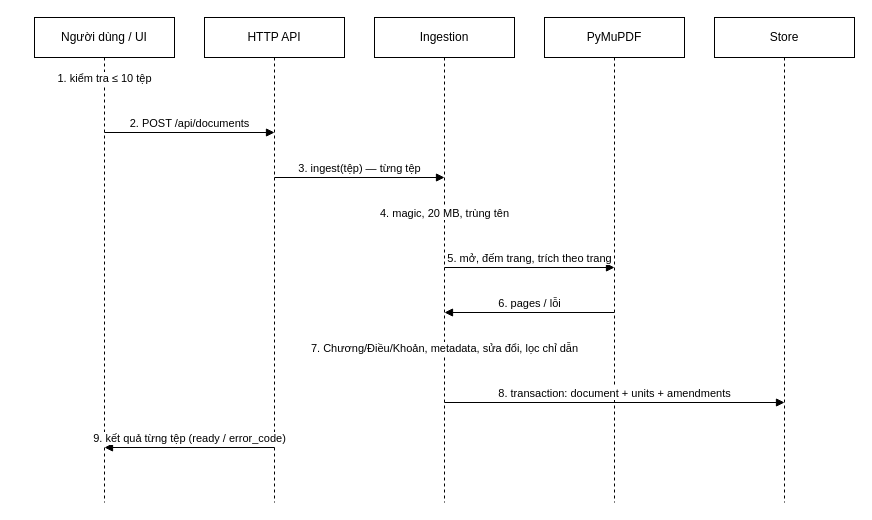
Above: docs/04-design/diagrams/sequence-ingest.drawio in duyhung1/tra_cuu_quy_che (draw.io), before the change. Source tidied: cells renumbered, new cells numbered last; positions are measured from the earlier drawing's top-left corner, leaving out a move shared by most shapes. Both pictures are drawn from the tidied source at 100%, with x=0, y=0 at pixel (34, 17).
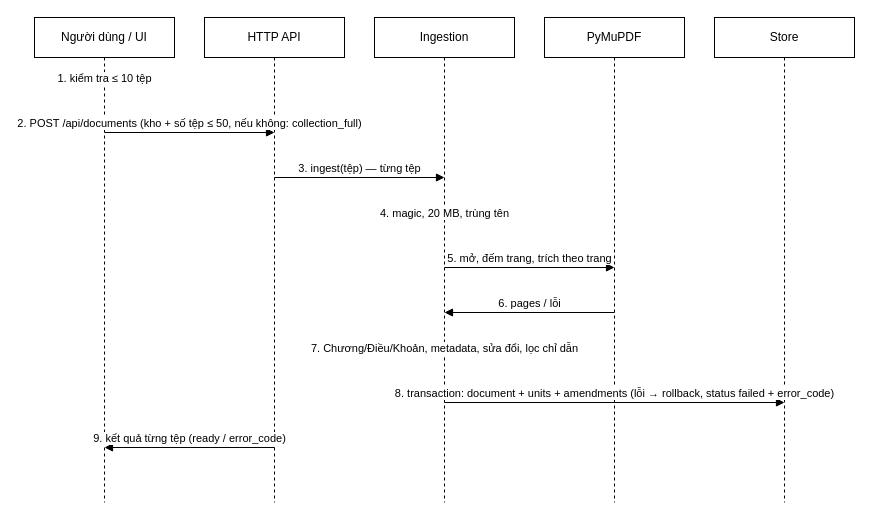
The same diagram, later.

Diff of the diagram source:
```diff
@@
-    <mxCell id="8" value="2. POST /api/documents" style="endArrow=block;html=1;verticalAlign=bottom;" parent="1" edge="1">
+    <mxCell id="8" value="2. POST /api/documents (kho + số tệp ≤ 50, nếu không: collection_full)" style="endArrow=block;html=1;verticalAlign=bottom;" parent="1" edge="1">
       <mxGeometry relative="1" as="geometry">
         <mxPoint x="70" y="115" as="sourcePoint" />
         <mxPoint x="240" y="115" as="targetPoint" />
       </mxGeometry>
     </mxCell>
@@
-    <mxCell id="14" value="8. transaction: document + units + amendments" style="endArrow=block;html=1;verticalAlign=bottom;" parent="1" edge="1">
+    <mxCell id="14" value="8. transaction: document + units + amendments (lỗi → rollback, status failed + error_code)" style="endArrow=block;html=1;verticalAlign=bottom;" parent="1" edge="1">
       <mxGeometry relative="1" as="geometry">
         <mxPoint x="410" y="385" as="sourcePoint" />
         <mxPoint x="750" y="385" as="targetPoint" />
       </mxGeometry>
     </mxCell>
```
